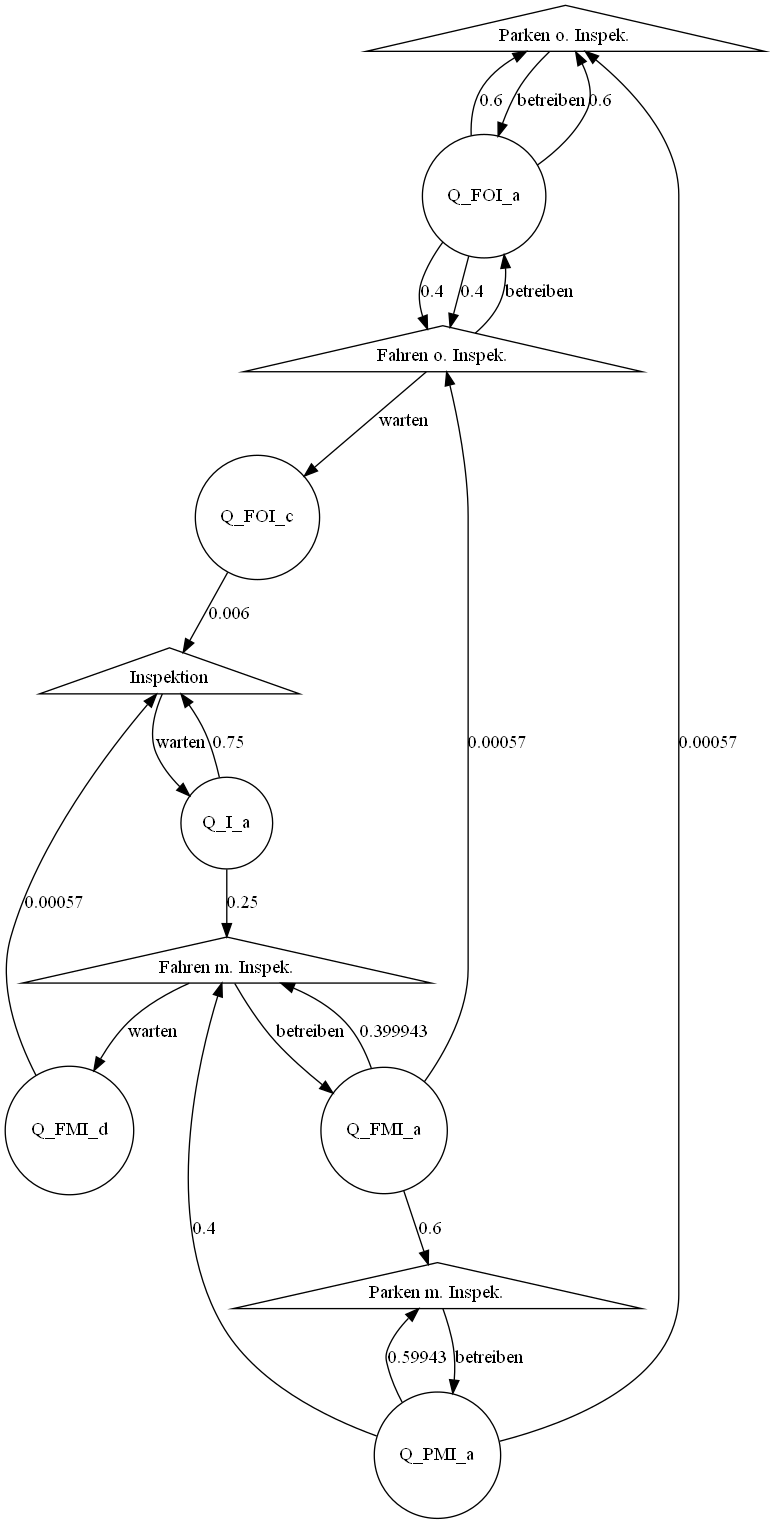
This is Graph.gv.png from fubsi/studium-aufgaben, a Graphviz export, as it was before one commit. Its source is kept beside it as Graph.gv. Source of this version:
```dot
digraph "Graph" {
	"Parken o. Inspek." [shape=triangle]
	"Parken m. Inspek." [shape=triangle]
	"Fahren o. Inspek." [shape=triangle]
	"Fahren m. Inspek." [shape=triangle]
	Inspektion [shape=triangle]
	Q_FOI_a [shape=circle]
	"Parken o. Inspek." -> Q_FOI_a [label=betreiben]
	Q_FOI_a [shape=circle]
	"Fahren o. Inspek." -> Q_FOI_a [label=betreiben]
	Q_FOI_c [shape=circle]
	"Fahren o. Inspek." -> Q_FOI_c [label=warten]
	Q_I_a [shape=circle]
	Inspektion -> Q_I_a [label=warten]
	Q_FMI_a [shape=circle]
	"Fahren m. Inspek." -> Q_FMI_a [label=betreiben]
	Q_FMI_d [shape=circle]
	"Fahren m. Inspek." -> Q_FMI_d [label=warten]
	Q_PMI_a [shape=circle]
	"Parken m. Inspek." -> Q_PMI_a [label=betreiben]
	Q_FOI_a -> "Parken o. Inspek." [label=0.6]
	Q_FOI_a -> "Fahren o. Inspek." [label=0.4]
	Q_FOI_a -> "Parken o. Inspek." [label=0.6]
	Q_FOI_a -> "Fahren o. Inspek." [label=0.4]
	Q_FOI_c -> Inspektion [label=0.006]
	Q_I_a -> Inspektion [label=0.75]
	Q_I_a -> "Fahren m. Inspek." [label=0.25]
	Q_FMI_a -> "Fahren o. Inspek." [label=0.00057]
	Q_FMI_a -> "Fahren m. Inspek." [label=0.399943]
	Q_FMI_a -> "Parken m. Inspek." [label=0.6]
	Q_FMI_d -> Inspektion [label=0.00057]
	Q_PMI_a -> "Parken o. Inspek." [label=0.00057]
	Q_PMI_a -> "Parken m. Inspek." [label=0.59943]
	Q_PMI_a -> "Fahren m. Inspek." [label=0.4]
}
```
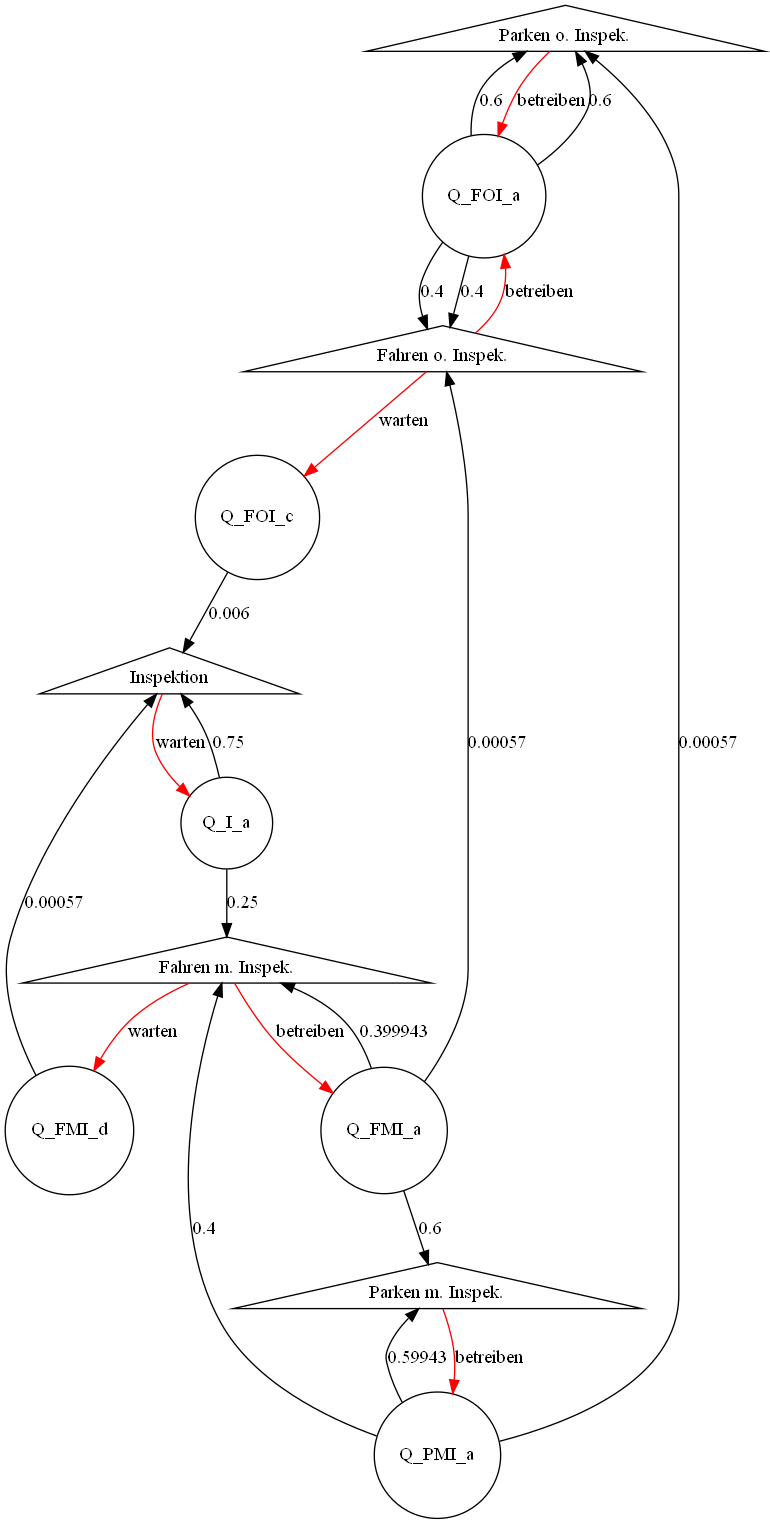
After the change.

Change to the diagram source:
```diff
@@ -5,19 +5,19 @@
 	"Fahren m. Inspek." [shape=triangle]
 	Inspektion [shape=triangle]
 	Q_FOI_a [shape=circle]
-	"Parken o. Inspek." -> Q_FOI_a [label=betreiben]
+	"Parken o. Inspek." -> Q_FOI_a [label=betreiben color=red]
 	Q_FOI_a [shape=circle]
-	"Fahren o. Inspek." -> Q_FOI_a [label=betreiben]
+	"Fahren o. Inspek." -> Q_FOI_a [label=betreiben color=red]
 	Q_FOI_c [shape=circle]
-	"Fahren o. Inspek." -> Q_FOI_c [label=warten]
+	"Fahren o. Inspek." -> Q_FOI_c [label=warten color=red]
 	Q_I_a [shape=circle]
-	Inspektion -> Q_I_a [label=warten]
+	Inspektion -> Q_I_a [label=warten color=red]
 	Q_FMI_a [shape=circle]
-	"Fahren m. Inspek." -> Q_FMI_a [label=betreiben]
+	"Fahren m. Inspek." -> Q_FMI_a [label=betreiben color=red]
 	Q_FMI_d [shape=circle]
-	"Fahren m. Inspek." -> Q_FMI_d [label=warten]
+	"Fahren m. Inspek." -> Q_FMI_d [label=warten color=red]
 	Q_PMI_a [shape=circle]
-	"Parken m. Inspek." -> Q_PMI_a [label=betreiben]
+	"Parken m. Inspek." -> Q_PMI_a [label=betreiben color=red]
 	Q_FOI_a -> "Parken o. Inspek." [label=0.6]
 	Q_FOI_a -> "Fahren o. Inspek." [label=0.4]
 	Q_FOI_a -> "Parken o. Inspek." [label=0.6]
```
